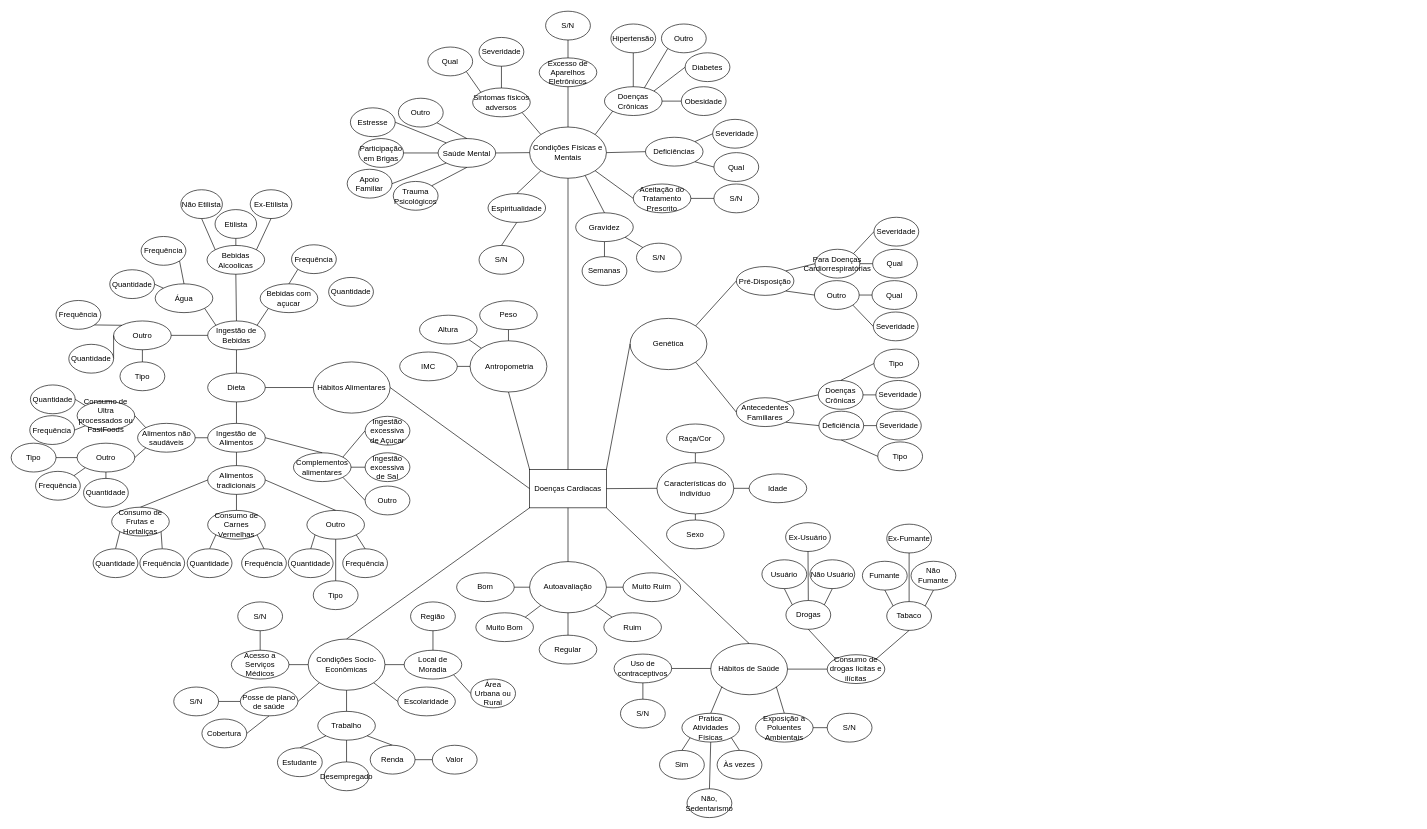
Before: Adicionais/Dominio.drawio in lay127/MD_DoencasCardiacas, a draw.io diagram. Source tidied: cells renumbered, new cells numbered last; positions are measured from the earlier drawing's top-left corner, leaving out a move shared by most shapes. Both pictures are drawn from the tidied source at 64%, with x=0, y=0 at pixel (11, 11).
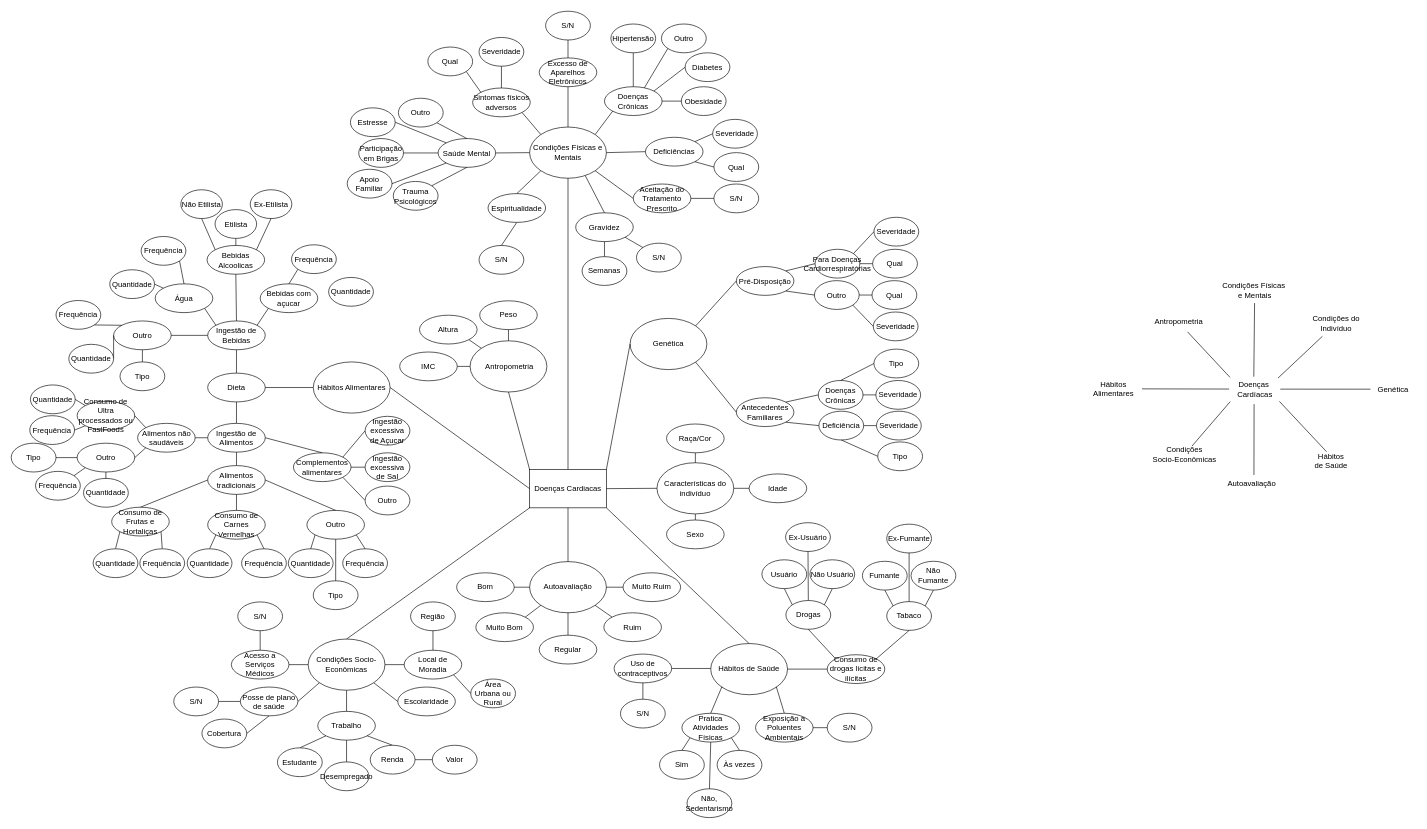
The same page after the edit.

What changed in the source:
```diff
@@
+    <mxCell id="263" style="endArrow=none;html=1;rounded=0;exitX=0.482;exitY=0.015;exitDx=0;exitDy=0;exitPerimeter=0;" parent="1" edge="1" source="264" target="265">
+      <mxGeometry relative="1" as="geometry" />
+    </mxCell>
+    <mxCell id="264" value="Doenças&amp;nbsp;&lt;div&gt;Cardíacas&lt;/div&gt;" style="text;html=1;align=center;verticalAlign=middle;points=[];strokeColor=none;fillColor=none;" parent="1" vertex="1">
+      <mxGeometry x="1903" y="570.5" width="80" height="40" as="geometry" />
+    </mxCell>
+    <mxCell id="265" value="Condições Físicas&amp;nbsp;&lt;div&gt;e Mentais&lt;/div&gt;" style="text;html=1;align=center;verticalAlign=middle;points=[];strokeColor=none;fillColor=none;" parent="1" vertex="1">
+      <mxGeometry x="1883" y="416" width="120" height="40" as="geometry" />
+    </mxCell>
+    <mxCell id="266" style="endArrow=none;html=1;rounded=0;entryX=-0.002;entryY=0.503;entryDx=0;entryDy=0;entryPerimeter=0;" parent="1" edge="1" source="264" target="267">
+      <mxGeometry relative="1" as="geometry" />
+    </mxCell>
+    <mxCell id="267" value="Genética" style="text;html=1;align=center;verticalAlign=middle;points=[];strokeColor=none;fillColor=none;" parent="1" vertex="1">
+      <mxGeometry x="2124" y="575.5" width="70" height="30" as="geometry" />
+    </mxCell>
+    <mxCell id="268" value="Autoavaliação" style="text;html=1;align=center;verticalAlign=middle;points=[];strokeColor=none;fillColor=none;" parent="1" vertex="1">
+      <mxGeometry x="1888" y="723" width="100" height="30" as="geometry" />
+    </mxCell>
+    <mxCell id="269" style="endArrow=none;html=1;rounded=0;exitX=0.538;exitY=0.053;exitDx=0;exitDy=0;exitPerimeter=0;" parent="1" edge="1" source="268">
+      <mxGeometry relative="1" as="geometry">
+        <mxPoint x="1942" y="614" as="targetPoint" />
+      </mxGeometry>
+    </mxCell>
+    <mxCell id="270" style="endArrow=none;html=1;rounded=0;exitX=0.403;exitY=0.131;exitDx=0;exitDy=0;exitPerimeter=0;entryX=0.982;entryY=0.979;entryDx=0;entryDy=0;entryPerimeter=0;" parent="1" edge="1" source="271" target="264">
+      <mxGeometry relative="1" as="geometry" />
+    </mxCell>
+    <mxCell id="271" value="Hábitos&lt;div&gt;de Saúde&lt;/div&gt;" style="text;html=1;align=center;verticalAlign=middle;points=[];strokeColor=none;fillColor=none;" parent="1" vertex="1">
+      <mxGeometry x="2027" y="683" width="70" height="40" as="geometry" />
+    </mxCell>
+    <mxCell id="272" value="Condições&lt;div&gt;Socio-Econômicas&lt;/div&gt;" style="text;html=1;align=center;verticalAlign=middle;points=[];strokeColor=none;fillColor=none;" parent="1" vertex="1">
+      <mxGeometry x="1773" y="673" width="120" height="40" as="geometry" />
+    </mxCell>
+    <mxCell id="273" style="endArrow=none;html=1;rounded=0;exitX=0.6;exitY=0.163;exitDx=0;exitDy=0;exitPerimeter=0;entryX=0.022;entryY=0.988;entryDx=0;entryDy=0;entryPerimeter=0;" parent="1" edge="1" source="272" target="264">
+      <mxGeometry relative="1" as="geometry" />
+    </mxCell>
+    <mxCell id="274" value="Hábitos&lt;div&gt;Alimentares&lt;/div&gt;" style="text;html=1;align=center;verticalAlign=middle;points=[];strokeColor=none;fillColor=none;" parent="1" vertex="1">
+      <mxGeometry x="1677" y="570" width="90" height="40" as="geometry" />
+    </mxCell>
+    <mxCell id="275" style="endArrow=none;html=1;rounded=0;" parent="1" edge="1" source="274" target="264">
+      <mxGeometry relative="1" as="geometry" />
+    </mxCell>
+    <mxCell id="276" value="Antropometria" style="text;html=1;align=center;verticalAlign=middle;points=[];strokeColor=none;fillColor=none;" parent="1" vertex="1">
+      <mxGeometry x="1774" y="471" width="100" height="30" as="geometry" />
+    </mxCell>
+    <mxCell id="277" value="Condições do&lt;div&gt;Indivíduo&lt;/div&gt;" style="text;html=1;align=center;verticalAlign=middle;points=[];strokeColor=none;fillColor=none;" parent="1" vertex="1">
+      <mxGeometry x="2020" y="468" width="100" height="40" as="geometry" />
+    </mxCell>
+    <mxCell id="278" style="endArrow=none;html=1;rounded=0;entryX=0.018;entryY=0.042;entryDx=0;entryDy=0;entryPerimeter=0;" parent="1" edge="1" source="276" target="264">
+      <mxGeometry relative="1" as="geometry" />
+    </mxCell>
+    <mxCell id="279" style="endArrow=none;html=1;rounded=0;exitX=0.955;exitY=0.069;exitDx=0;exitDy=0;exitPerimeter=0;" parent="1" edge="1" source="264" target="277">
+      <mxGeometry relative="1" as="geometry" />
+    </mxCell>
```
